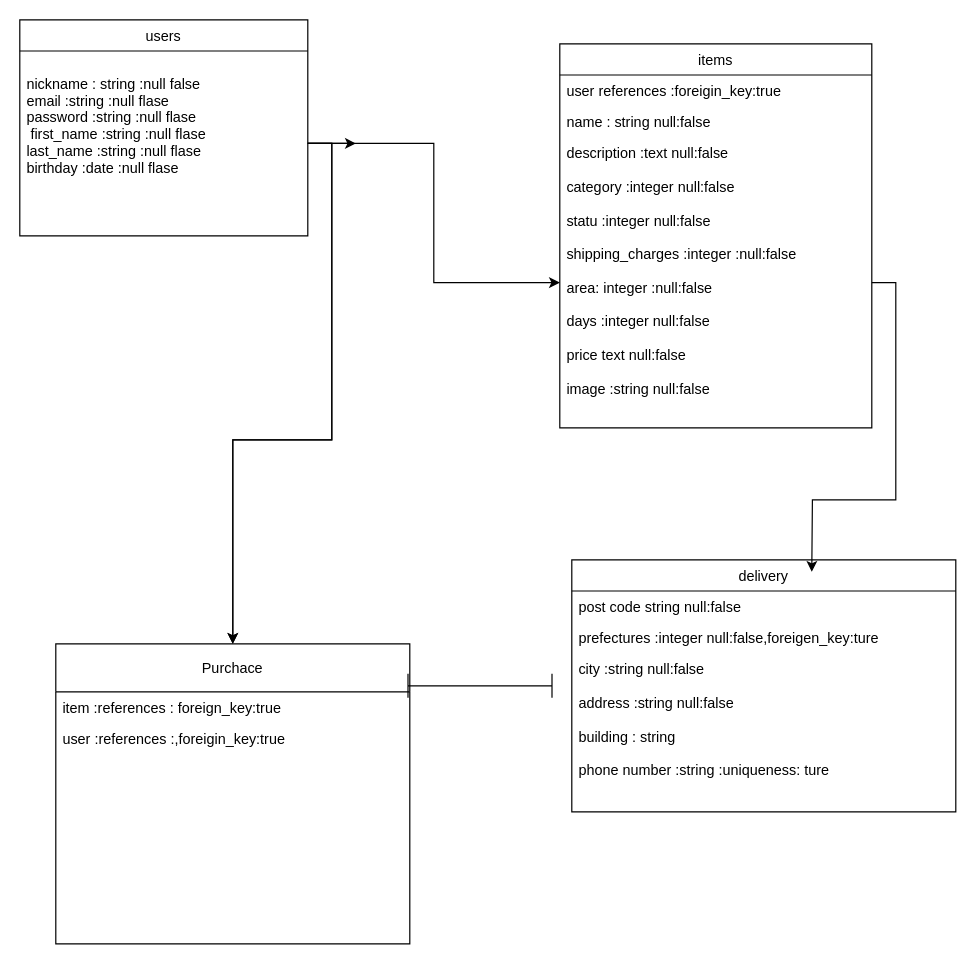
Earlier version of the draw.io diagram test.dio (hirom119/furima-30517). Source tidied: cells renumbered, new cells numbered last; positions are measured from the earlier drawing's top-left corner, leaving out a move shared by most shapes. Both pictures are drawn from the tidied source at 120%, with x=0, y=0 at pixel (19, 19).
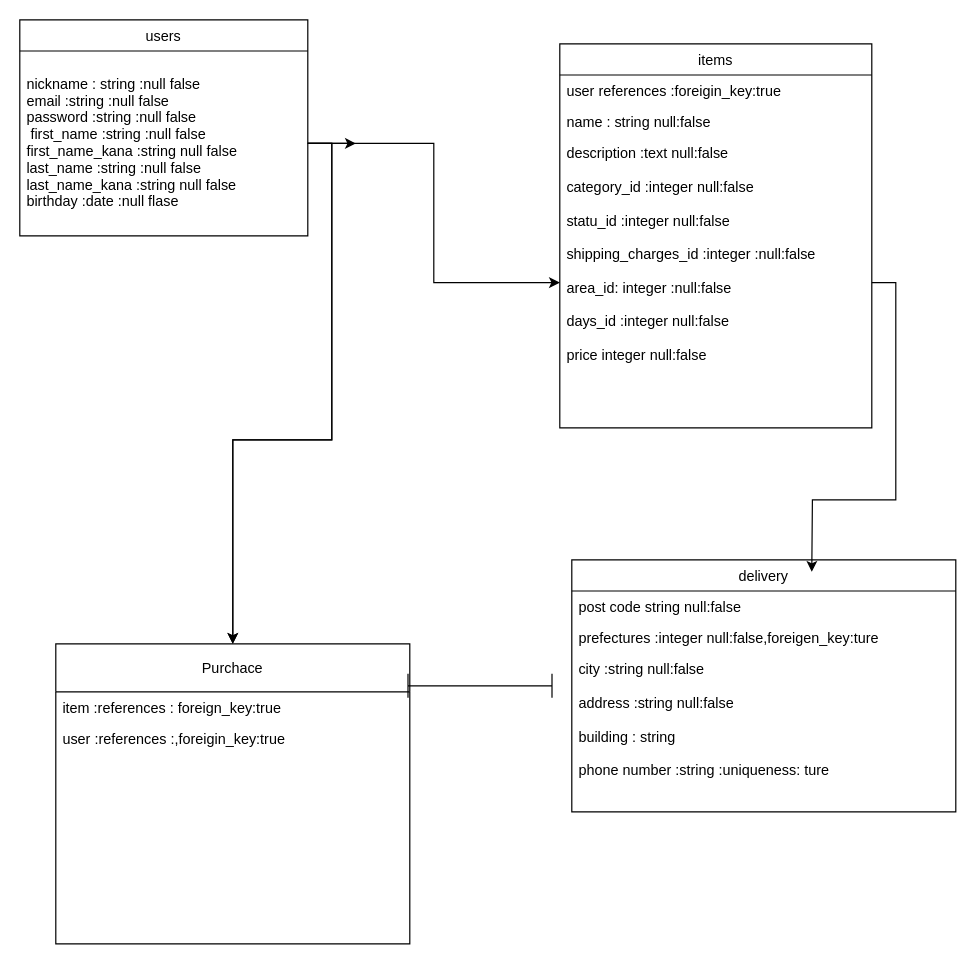
After the change.

Unchanged cells that the change refers to:
```xml
<mxCell id="2" value="users" style="swimlane;fontStyle=0;horizontal=1;startSize=26;fillColor=none;" parent="1" vertex="1">
  <mxGeometry width="240" height="180" as="geometry" />
</mxCell>
<mxCell id="11" value="items" style="swimlane;fontStyle=0;horizontal=1;startSize=26;fillColor=none;" parent="1" vertex="1">
  <mxGeometry x="450" y="20" width="260" height="320" as="geometry" />
</mxCell>
```

What changed in the source:
```diff
@@
-    <mxCell id="3" value="&#10;nickname : string :null false&#10;email :string :null flase &#10;password :string :null flase &#10; first_name :string :null flase&#10;last_name :string :null flase&#10;birthday :date :null flase" style="text;strokeColor=none;fillColor=none;align=left;verticalAlign=top;spacingLeft=4;spacingRight=4;overflow=hidden;points=[[0,0.5],[1,0.5]];portConstraint=eastwest;" parent="2" vertex="1">
+    <mxCell id="3" value="&#10;nickname : string :null false&#10;email :string :null false &#10;password :string :null false &#10; first_name :string :null false&#10;first_name_kana :string null false &#10;last_name :string :null false&#10;last_name_kana :string null false&#10;birthday :date :null flase&#10;" style="text;strokeColor=none;fillColor=none;align=left;verticalAlign=top;spacingLeft=4;spacingRight=4;overflow=hidden;points=[[0,0.5],[1,0.5]];portConstraint=eastwest;" parent="2" vertex="1">
       <mxGeometry y="26" width="240" height="154" as="geometry" />
     </mxCell>
@@
-    <mxCell id="14" value="description :text null:false&#10;&#10;category :integer null:false&#10;&#10;statu :integer null:false&#10;&#10;shipping_charges :integer :null:false&#10;&#10;area: integer :null:false&#10;&#10;days :integer null:false&#10;&#10;price text null:false&#10;&#10;image :string null:false&#10;&#10;&#10;&#10;" style="text;strokeColor=none;fillColor=none;align=left;verticalAlign=top;spacingLeft=4;spacingRight=4;overflow=hidden;points=[[0,0.5],[1,0.5]];portConstraint=eastwest;" parent="11" vertex="1">
+    <mxCell id="14" value="description :text null:false&#10;&#10;category_id :integer null:false&#10;&#10;statu_id :integer null:false&#10;&#10;shipping_charges_id :integer :null:false&#10;&#10;area_id: integer :null:false&#10;&#10;days_id :integer null:false&#10;&#10;price integer null:false&#10;&#10;&#10;&#10;&#10;" style="text;strokeColor=none;fillColor=none;align=left;verticalAlign=top;spacingLeft=4;spacingRight=4;overflow=hidden;points=[[0,0.5],[1,0.5]];portConstraint=eastwest;" parent="11" vertex="1">
       <mxGeometry y="78" width="260" height="242" as="geometry" />
     </mxCell>
```
